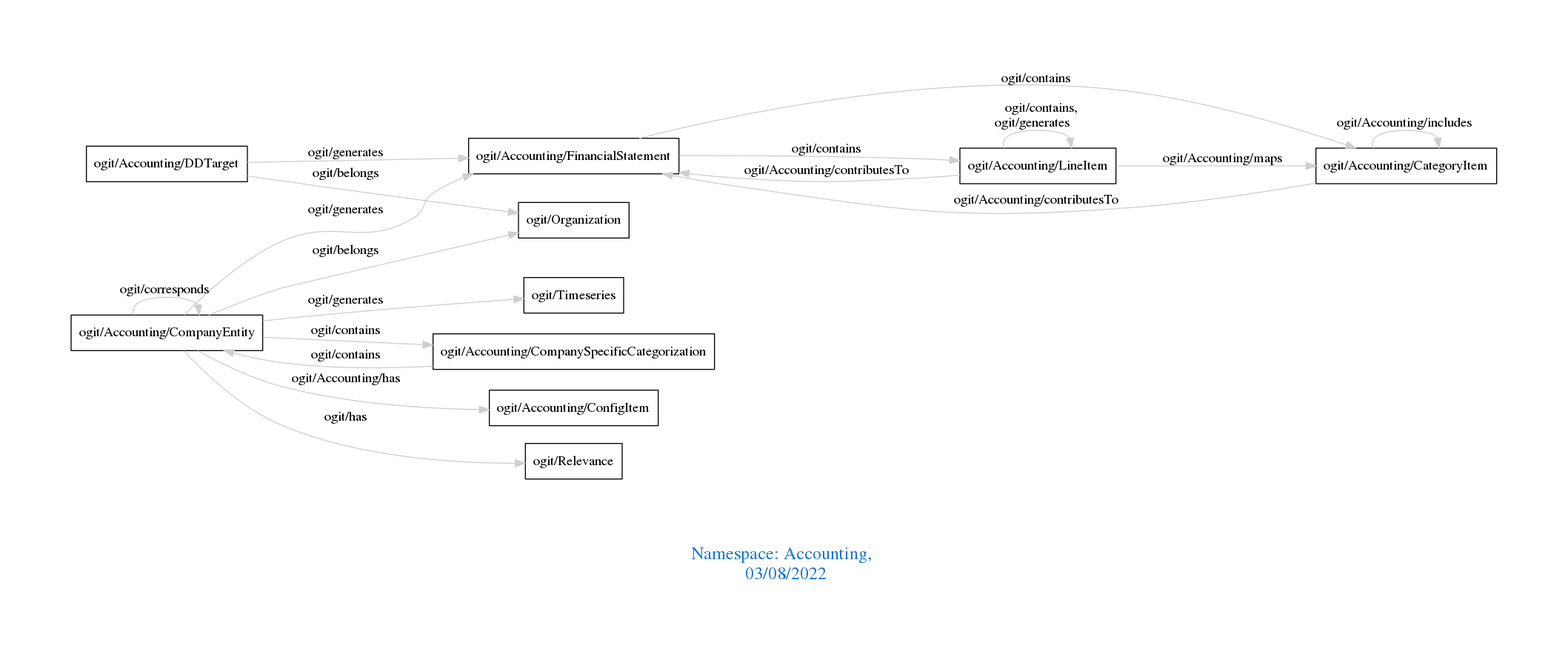
This is downloads/Accounting.png from arago/OGIT, a Graphviz export, as it was before one commit. Its source is kept beside it as downloads/Accounting.dot.
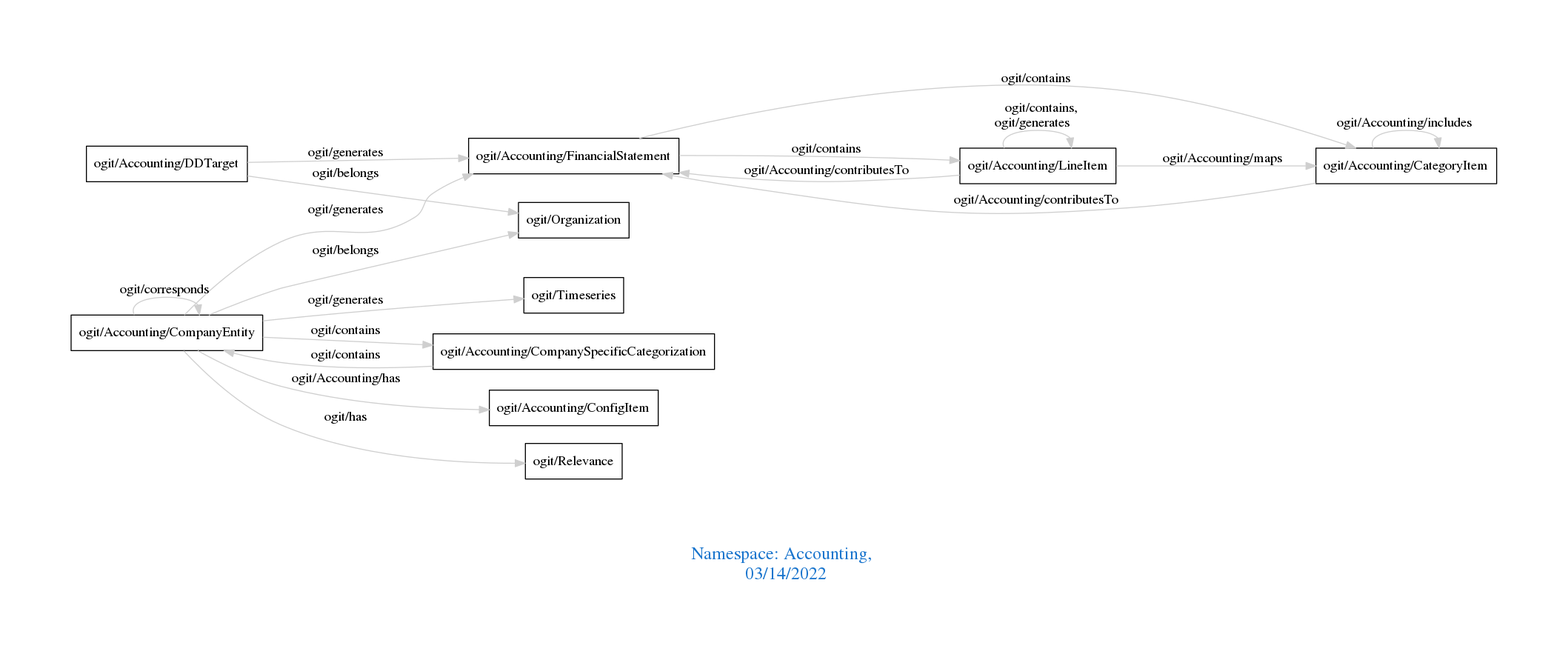
Later version of the same file.

Diff of the diagram source:
```diff
@@ -1,7 +1,7 @@
 digraph OGIT_ontology {
  graph [ rankdir= LR,pad=1
 fontsize = 18,
-fontcolor= dodgerblue3,label = "\n\n\nNamespace: Accounting, \n 03/08/2022"];
+fontcolor= dodgerblue3,label = "\n\n\nNamespace: Accounting, \n 03/14/2022"];
 node[shape=polygon];
 edge [  color="gray81"];
 
```
